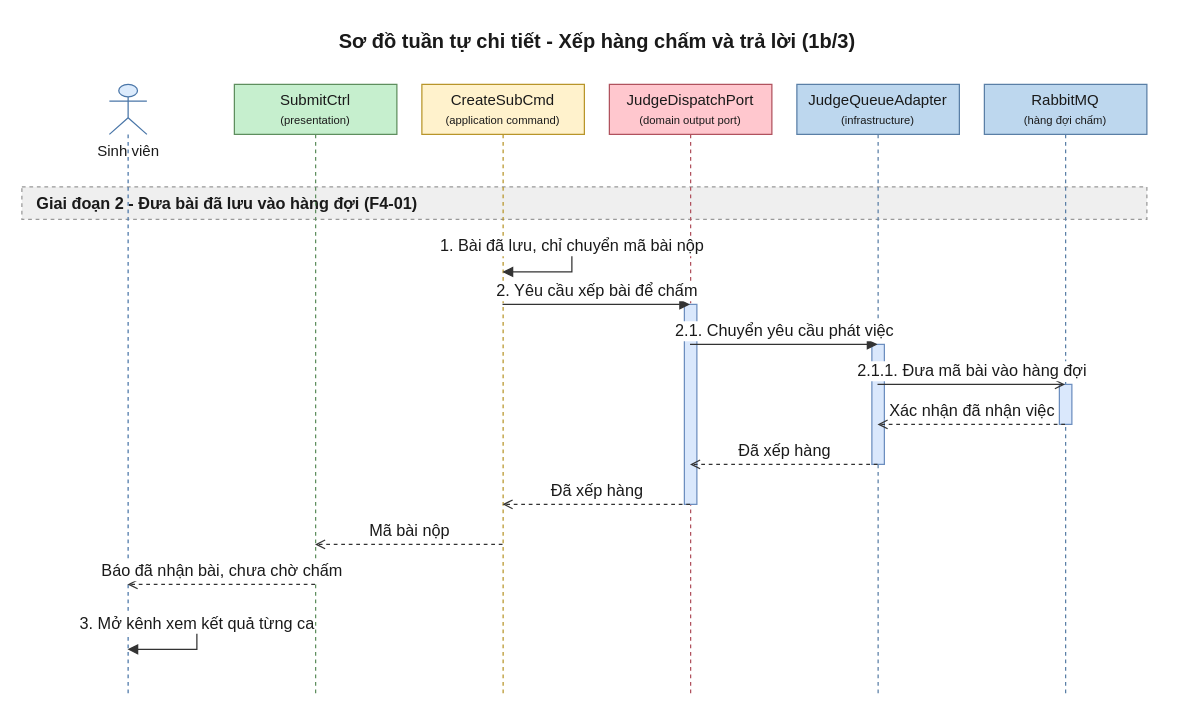
Earlier version of the draw.io diagram 08-diagram/sequence/user/sequence_user_nop_bai_va_xem_ket_qua_realtime_p1b.drawio (daiphu1801/PRJ_ALGOPREP). Source tidied: cells renumbered, new cells numbered last; positions are measured from the earlier drawing's top-left corner, leaving out a move shared by most shapes. Both pictures are drawn from the tidied source at 125%, with x=0, y=0 at pixel (21, 21).
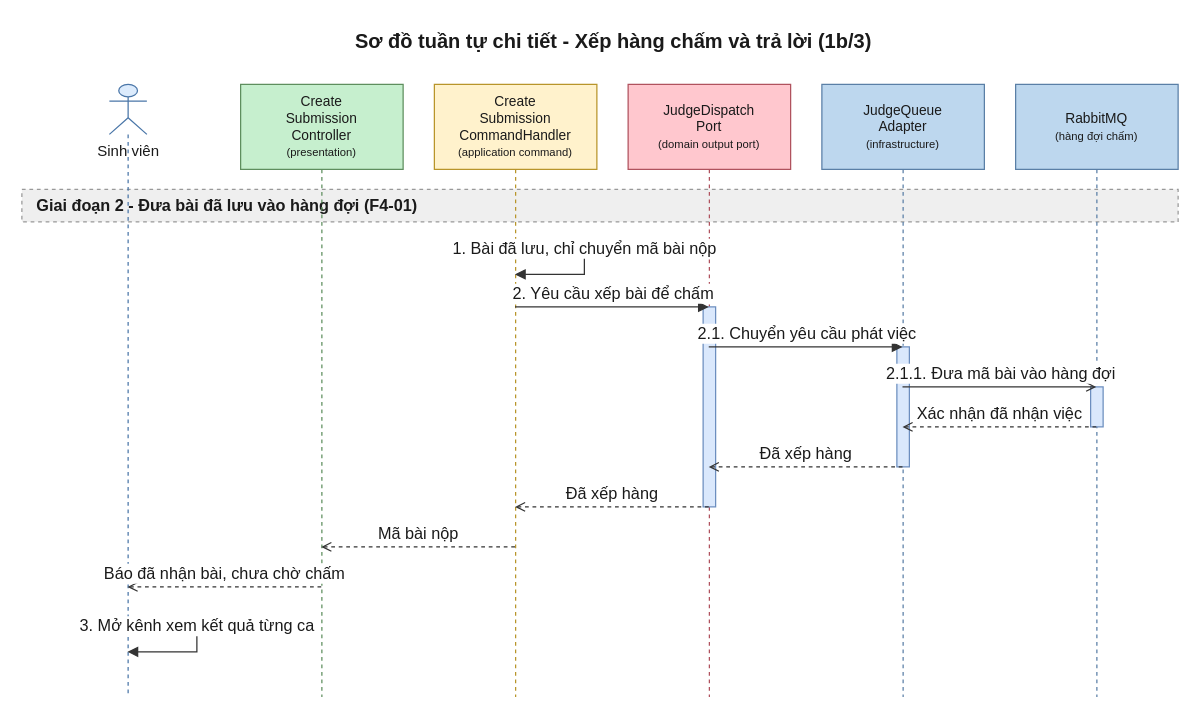
Above is the later version.

Change to the diagram source:
```diff
@@
     <mxCell id="2" value="Sơ đồ tuần tự chi tiết - Xếp hàng chấm và trả lời (1b/3)" style="text;html=1;fontSize=16;fontStyle=1;align=center;verticalAlign=middle;fontColor=#1A1A1A;" parent="1" vertex="1">
-      <mxGeometry x="20" width="880" height="30" as="geometry" />
+      <mxGeometry x="20" width="905" height="30" as="geometry" />
     </mxCell>
     <mxCell id="3" value="Giai đoạn 2 - Đưa bài đã lưu vào hàng đợi (F4-01)" style="algoprep=phase;rounded=0;whiteSpace=wrap;html=1;fillColor=#EFEFEF;strokeColor=#999999;dashed=1;align=left;verticalAlign=middle;spacingLeft=10;fontColor=#1A1A1A;fontSize=13;fontStyle=1;" parent="1" vertex="1">
-      <mxGeometry y="132" width="900" height="26" as="geometry" />
+      <mxGeometry y="134" width="925" height="26" as="geometry" />
     </mxCell>
     <mxCell id="4" value="Sinh viên" style="shape=umlLifeline;participant=umlActor;perimeter=lifelinePerimeter;html=1;outlineConnect=0;size=40;verticalAlign=top;spacingTop=40;fillColor=#DCEBFC;strokeColor=#4A76A8;fontColor=#1A1A1A;" parent="1" vertex="1">
-      <mxGeometry x="70" y="50" width="30" height="488" as="geometry" />
+      <mxGeometry x="70" y="50" width="30" height="490" as="geometry" />
     </mxCell>
-    <mxCell id="5" value="SubmitCtrl&lt;br&gt;&lt;font style=&quot;font-size:9px&quot;&gt;(presentation)&lt;/font&gt;" style="shape=umlLifeline;perimeter=lifelinePerimeter;whiteSpace=wrap;html=1;outlineConnect=0;size=40;fillColor=#C6EFCE;strokeColor=#5E8E5E;fontColor=#1A1A1A;" parent="1" vertex="1">
-      <mxGeometry x="170" y="50" width="130" height="488" as="geometry" />
+    <mxCell id="5" value="Create&lt;br&gt;Submission&lt;br&gt;Controller&lt;br&gt;&lt;font style=&quot;font-size:9px&quot;&gt;(presentation)&lt;/font&gt;" style="shape=umlLifeline;perimeter=lifelinePerimeter;whiteSpace=wrap;html=1;outlineConnect=0;size=68;fontSize=11;fillColor=#C6EFCE;strokeColor=#5E8E5E;fontColor=#1A1A1A;" parent="1" vertex="1">
+      <mxGeometry x="175" y="50" width="130" height="490" as="geometry" />
     </mxCell>
-    <mxCell id="6" value="CreateSubCmd&lt;br&gt;&lt;font style=&quot;font-size:9px&quot;&gt;(application command)&lt;/font&gt;" style="shape=umlLifeline;perimeter=lifelinePerimeter;whiteSpace=wrap;html=1;outlineConnect=0;size=40;fillColor=#FFF2CC;strokeColor=#B8952A;fontColor=#1A1A1A;" parent="1" vertex="1">
-      <mxGeometry x="320" y="50" width="130" height="488" as="geometry" />
+    <mxCell id="6" value="Create&lt;br&gt;Submission&lt;br&gt;CommandHandler&lt;br&gt;&lt;font style=&quot;font-size:9px&quot;&gt;(application command)&lt;/font&gt;" style="shape=umlLifeline;perimeter=lifelinePerimeter;whiteSpace=wrap;html=1;outlineConnect=0;size=68;fontSize=11;fillColor=#FFF2CC;strokeColor=#B8952A;fontColor=#1A1A1A;" parent="1" vertex="1">
+      <mxGeometry x="330" y="50" width="130" height="490" as="geometry" />
     </mxCell>
-    <mxCell id="7" value="JudgeDispatchPort&lt;br&gt;&lt;font style=&quot;font-size:9px&quot;&gt;(domain output port)&lt;/font&gt;" style="shape=umlLifeline;perimeter=lifelinePerimeter;whiteSpace=wrap;html=1;outlineConnect=0;size=40;fillColor=#FFC7CE;strokeColor=#B0525E;fontColor=#1A1A1A;" parent="1" vertex="1">
-      <mxGeometry x="470" y="50" width="130" height="488" as="geometry" />
+    <mxCell id="7" value="JudgeDispatch&lt;br&gt;Port&lt;br&gt;&lt;font style=&quot;font-size:9px&quot;&gt;(domain output port)&lt;/font&gt;" style="shape=umlLifeline;perimeter=lifelinePerimeter;whiteSpace=wrap;html=1;outlineConnect=0;size=68;fontSize=11;fillColor=#FFC7CE;strokeColor=#B0525E;fontColor=#1A1A1A;" parent="1" vertex="1">
+      <mxGeometry x="485" y="50" width="130" height="490" as="geometry" />
     </mxCell>
-    <mxCell id="8" value="JudgeQueueAdapter&lt;br&gt;&lt;font style=&quot;font-size:9px&quot;&gt;(infrastructure)&lt;/font&gt;" style="shape=umlLifeline;perimeter=lifelinePerimeter;whiteSpace=wrap;html=1;outlineConnect=0;size=40;fillColor=#BDD7EE;strokeColor=#5A7FA6;fontColor=#1A1A1A;" parent="1" vertex="1">
-      <mxGeometry x="620" y="50" width="130" height="488" as="geometry" />
+    <mxCell id="8" value="JudgeQueue&lt;br&gt;Adapter&lt;br&gt;&lt;font style=&quot;font-size:9px&quot;&gt;(infrastructure)&lt;/font&gt;" style="shape=umlLifeline;perimeter=lifelinePerimeter;whiteSpace=wrap;html=1;outlineConnect=0;size=68;fontSize=11;fillColor=#BDD7EE;strokeColor=#5A7FA6;fontColor=#1A1A1A;" parent="1" vertex="1">
+      <mxGeometry x="640" y="50" width="130" height="490" as="geometry" />
     </mxCell>
-    <mxCell id="9" value="RabbitMQ&lt;br&gt;&lt;font style=&quot;font-size:9px&quot;&gt;(hàng đợi chấm)&lt;/font&gt;" style="shape=umlLifeline;perimeter=lifelinePerimeter;whiteSpace=wrap;html=1;outlineConnect=0;size=40;fillColor=#BDD7EE;strokeColor=#5A7FA6;fontColor=#1A1A1A;" parent="1" vertex="1">
-      <mxGeometry x="770" y="50" width="130" height="488" as="geometry" />
+    <mxCell id="9" value="RabbitMQ&lt;br&gt;&lt;font style=&quot;font-size:9px&quot;&gt;(hàng đợi chấm)&lt;/font&gt;" style="shape=umlLifeline;perimeter=lifelinePerimeter;whiteSpace=wrap;html=1;outlineConnect=0;size=68;fontSize=11;fillColor=#BDD7EE;strokeColor=#5A7FA6;fontColor=#1A1A1A;" parent="1" vertex="1">
+      <mxGeometry x="795" y="50" width="130" height="490" as="geometry" />
     </mxCell>
     <mxCell id="10" style="html=1;perimeter=orthogonalPerimeter;targetShapes=umlLifeline;fillColor=#DAE8FC;strokeColor=#6C8EBF;" parent="9" vertex="1">
-      <mxGeometry x="60" y="240" width="10" height="32" as="geometry" />
+      <mxGeometry x="60" y="242" width="10" height="32" as="geometry" />
     </mxCell>
     <mxCell id="11" style="html=1;perimeter=orthogonalPerimeter;targetShapes=umlLifeline;fillColor=#DAE8FC;strokeColor=#6C8EBF;" parent="8" vertex="1">
-      <mxGeometry x="60" y="208" width="10" height="96" as="geometry" />
+      <mxGeometry x="60" y="210" width="10" height="96" as="geometry" />
     </mxCell>
     <mxCell id="12" style="html=1;perimeter=orthogonalPerimeter;targetShapes=umlLifeline;fillColor=#DAE8FC;strokeColor=#6C8EBF;" parent="7" vertex="1">
-      <mxGeometry x="60" y="176" width="10" height="160" as="geometry" />
+      <mxGeometry x="60" y="178" width="10" height="160" as="geometry" />
     </mxCell>
-    <mxCell id="13" value="1. Bài đã lưu, chỉ chuyển mã bài nộp" style="edgeStyle=orthogonalEdgeStyle;rounded=0;html=1;endArrow=block;endFill=1;strokeColor=#333333;fontColor=#1A1A1A;fontSize=13;verticalAlign=bottom;exitX=0.5;exitY=0.2664;exitDx=0;exitDy=0;entryX=0.5;entryY=0.3074;entryDx=0;entryDy=0;" parent="1" edge="1" source="6" target="6">
+    <mxCell id="13" value="1. Bài đã lưu, chỉ chuyển mã bài nộp" style="edgeStyle=orthogonalEdgeStyle;rounded=0;html=1;endArrow=block;endFill=1;strokeColor=#333333;fontColor=#1A1A1A;fontSize=13;verticalAlign=bottom;exitX=0.5;exitY=0.2694;exitDx=0;exitDy=0;entryX=0.5;entryY=0.3102;entryDx=0;entryDy=0;" parent="1" edge="1" source="6" target="6">
       <mxGeometry relative="1" as="geometry">
         <Array as="points">
-          <mxPoint x="440" y="180" />
-          <mxPoint x="440" y="200" />
+          <mxPoint x="450" y="182" />
+          <mxPoint x="450" y="202" />
         </Array>
       </mxGeometry>
     </mxCell>
-    <mxCell id="14" value="2. Yêu cầu xếp bài để chấm" style="edgeStyle=none;html=1;endArrow=block;endFill=1;strokeColor=#333333;fontColor=#1A1A1A;fontSize=13;verticalAlign=bottom;exitX=0.5;exitY=0.3607;exitDx=0;exitDy=0;entryX=0.5;entryY=0.3607;entryDx=0;entryDy=0;" parent="1" edge="1" source="6" target="7">
+    <mxCell id="14" value="2. Yêu cầu xếp bài để chấm" style="edgeStyle=none;html=1;endArrow=block;endFill=1;strokeColor=#333333;fontColor=#1A1A1A;fontSize=13;verticalAlign=bottom;exitX=0.5;exitY=0.3633;exitDx=0;exitDy=0;entryX=0.5;entryY=0.3633;entryDx=0;entryDy=0;" parent="1" edge="1" source="6" target="7">
       <mxGeometry relative="1" as="geometry" />
     </mxCell>
-    <mxCell id="15" value="2.1. Chuyển yêu cầu phát việc" style="edgeStyle=none;html=1;endArrow=block;endFill=1;strokeColor=#333333;fontColor=#1A1A1A;fontSize=13;verticalAlign=bottom;exitX=0.5;exitY=0.4262;exitDx=0;exitDy=0;entryX=0.5;entryY=0.4262;entryDx=0;entryDy=0;" parent="1" edge="1" source="7" target="8">
+    <mxCell id="15" value="2.1. Chuyển yêu cầu phát việc" style="edgeStyle=none;html=1;endArrow=block;endFill=1;strokeColor=#333333;fontColor=#1A1A1A;fontSize=13;verticalAlign=bottom;exitX=0.5;exitY=0.4286;exitDx=0;exitDy=0;entryX=0.5;entryY=0.4286;entryDx=0;entryDy=0;" parent="1" edge="1" source="7" target="8">
       <mxGeometry relative="1" as="geometry" />
     </mxCell>
-    <mxCell id="16" value="2.1.1. Đưa mã bài vào hàng đợi" style="edgeStyle=none;html=1;endArrow=open;endFill=0;strokeColor=#333333;fontColor=#1A1A1A;fontSize=13;verticalAlign=bottom;exitX=0.5;exitY=0.4918;exitDx=0;exitDy=0;entryX=0.5;entryY=0.4918;entryDx=0;entryDy=0;" parent="1" edge="1" source="8" target="9">
+    <mxCell id="16" value="2.1.1. Đưa mã bài vào hàng đợi" style="edgeStyle=none;html=1;endArrow=open;endFill=0;strokeColor=#333333;fontColor=#1A1A1A;fontSize=13;verticalAlign=bottom;exitX=0.5;exitY=0.4939;exitDx=0;exitDy=0;entryX=0.5;entryY=0.4939;entryDx=0;entryDy=0;" parent="1" edge="1" source="8" target="9">
       <mxGeometry relative="1" as="geometry" />
     </mxCell>
-    <mxCell id="17" value="Xác nhận đã nhận việc" style="edgeStyle=none;html=1;endArrow=open;endFill=0;dashed=1;strokeColor=#333333;fontColor=#1A1A1A;fontSize=13;verticalAlign=bottom;exitX=0.5;exitY=0.5574;exitDx=0;exitDy=0;entryX=0.5;entryY=0.5574;entryDx=0;entryDy=0;" parent="1" edge="1" source="9" target="8">
+    <mxCell id="17" value="Xác nhận đã nhận việc" style="edgeStyle=none;html=1;endArrow=open;endFill=0;dashed=1;strokeColor=#333333;fontColor=#1A1A1A;fontSize=13;verticalAlign=bottom;exitX=0.5;exitY=0.5592;exitDx=0;exitDy=0;entryX=0.5;entryY=0.5592;entryDx=0;entryDy=0;" parent="1" edge="1" source="9" target="8">
       <mxGeometry relative="1" as="geometry" />
     </mxCell>
-    <mxCell id="18" value="Đã xếp hàng" style="edgeStyle=none;html=1;endArrow=open;endFill=0;dashed=1;strokeColor=#333333;fontColor=#1A1A1A;fontSize=13;verticalAlign=bottom;exitX=0.5;exitY=0.6230;exitDx=0;exitDy=0;entryX=0.5;entryY=0.6230;entryDx=0;entryDy=0;" parent="1" edge="1" source="8" target="7">
+    <mxCell id="18" value="Đã xếp hàng" style="edgeStyle=none;html=1;endArrow=open;endFill=0;dashed=1;strokeColor=#333333;fontColor=#1A1A1A;fontSize=13;verticalAlign=bottom;exitX=0.5;exitY=0.6245;exitDx=0;exitDy=0;entryX=0.5;entryY=0.6245;entryDx=0;entryDy=0;" parent="1" edge="1" source="8" target="7">
       <mxGeometry relative="1" as="geometry" />
     </mxCell>
-    <mxCell id="19" value="Đã xếp hàng" style="edgeStyle=none;html=1;endArrow=open;endFill=0;dashed=1;strokeColor=#333333;fontColor=#1A1A1A;fontSize=13;verticalAlign=bottom;exitX=0.5;exitY=0.6885;exitDx=0;exitDy=0;entryX=0.5;entryY=0.6885;entryDx=0;entryDy=0;" parent="1" edge="1" source="7" target="6">
+    <mxCell id="19" value="Đã xếp hàng" style="edgeStyle=none;html=1;endArrow=open;endFill=0;dashed=1;strokeColor=#333333;fontColor=#1A1A1A;fontSize=13;verticalAlign=bottom;exitX=0.5;exitY=0.6898;exitDx=0;exitDy=0;entryX=0.5;entryY=0.6898;entryDx=0;entryDy=0;" parent="1" edge="1" source="7" target="6">
       <mxGeometry relative="1" as="geometry" />
     </mxCell>
-    <mxCell id="20" value="Mã bài nộp" style="edgeStyle=none;html=1;endArrow=open;endFill=0;dashed=1;strokeColor=#333333;fontColor=#1A1A1A;fontSize=13;verticalAlign=bottom;exitX=0.5;exitY=0.7541;exitDx=0;exitDy=0;entryX=0.5;entryY=0.7541;entryDx=0;entryDy=0;" parent="1" edge="1" source="6" target="5">
+    <mxCell id="20" value="Mã bài nộp" style="edgeStyle=none;html=1;endArrow=open;endFill=0;dashed=1;strokeColor=#333333;fontColor=#1A1A1A;fontSize=13;verticalAlign=bottom;exitX=0.5;exitY=0.7551;exitDx=0;exitDy=0;entryX=0.5;entryY=0.7551;entryDx=0;entryDy=0;" parent="1" edge="1" source="6" target="5">
       <mxGeometry relative="1" as="geometry" />
     </mxCell>
-    <mxCell id="21" value="Báo đã nhận bài, chưa chờ chấm" style="edgeStyle=none;html=1;endArrow=open;endFill=0;dashed=1;strokeColor=#333333;fontColor=#1A1A1A;fontSize=13;verticalAlign=bottom;exitX=0.5;exitY=0.8197;exitDx=0;exitDy=0;entryX=0.5;entryY=0.8197;entryDx=0;entryDy=0;" parent="1" edge="1" source="5" target="4">
+    <mxCell id="21" value="Báo đã nhận bài, chưa chờ chấm" style="edgeStyle=none;html=1;endArrow=open;endFill=0;dashed=1;strokeColor=#333333;fontColor=#1A1A1A;fontSize=13;verticalAlign=bottom;exitX=0.5;exitY=0.8204;exitDx=0;exitDy=0;entryX=0.5;entryY=0.8204;entryDx=0;entryDy=0;" parent="1" edge="1" source="5" target="4">
       <mxGeometry relative="1" as="geometry" />
     </mxCell>
-    <mxCell id="22" value="3. Mở kênh xem kết quả từng ca" style="edgeStyle=orthogonalEdgeStyle;rounded=0;html=1;endArrow=block;endFill=1;strokeColor=#333333;fontColor=#1A1A1A;fontSize=13;verticalAlign=bottom;exitX=0.5;exitY=0.8852;exitDx=0;exitDy=0;entryX=0.5;entryY=0.9262;entryDx=0;entryDy=0;" parent="1" edge="1" source="4" target="4">
+    <mxCell id="22" value="3. Mở kênh xem kết quả từng ca" style="edgeStyle=orthogonalEdgeStyle;rounded=0;html=1;endArrow=block;endFill=1;strokeColor=#333333;fontColor=#1A1A1A;fontSize=13;verticalAlign=bottom;exitX=0.5;exitY=0.8857;exitDx=0;exitDy=0;entryX=0.5;entryY=0.9265;entryDx=0;entryDy=0;" parent="1" edge="1" source="4" target="4">
       <mxGeometry relative="1" as="geometry">
         <Array as="points">
-          <mxPoint x="140" y="482" />
-          <mxPoint x="140" y="502" />
+          <mxPoint x="140" y="484" />
+          <mxPoint x="140" y="504" />
         </Array>
       </mxGeometry>
     </mxCell>
```
